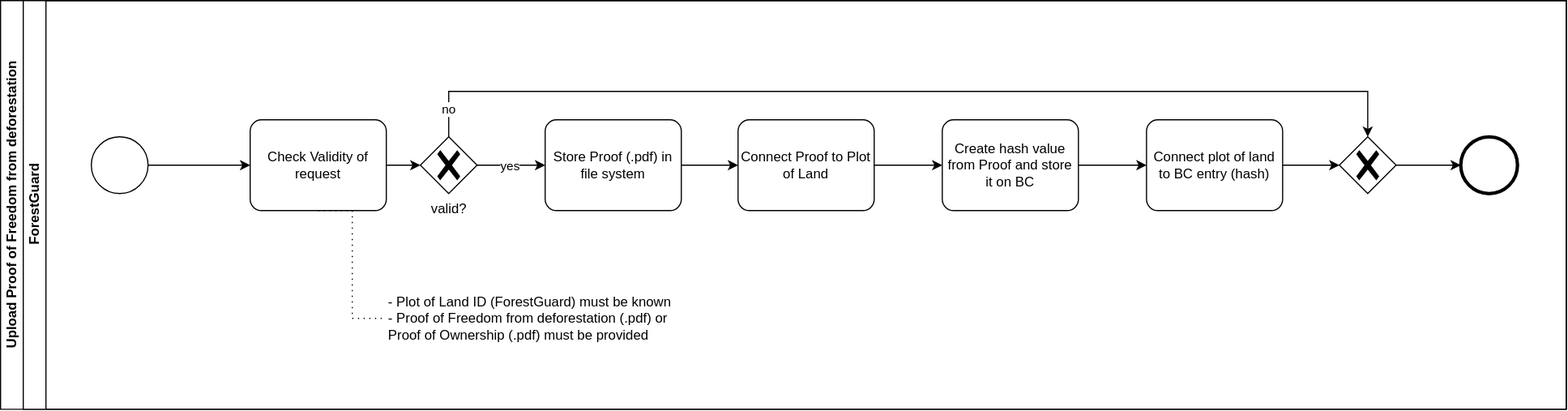
This is documentation/images/runtime-view/add-proofs-flowchart.svg from fraunhofer-iml/forestguard, a draw.io export, as it was before one commit. Source tidied: cells renumbered, new cells last; positions are measured from the earlier drawing's top-left corner, leaving out a move shared by most shapes.
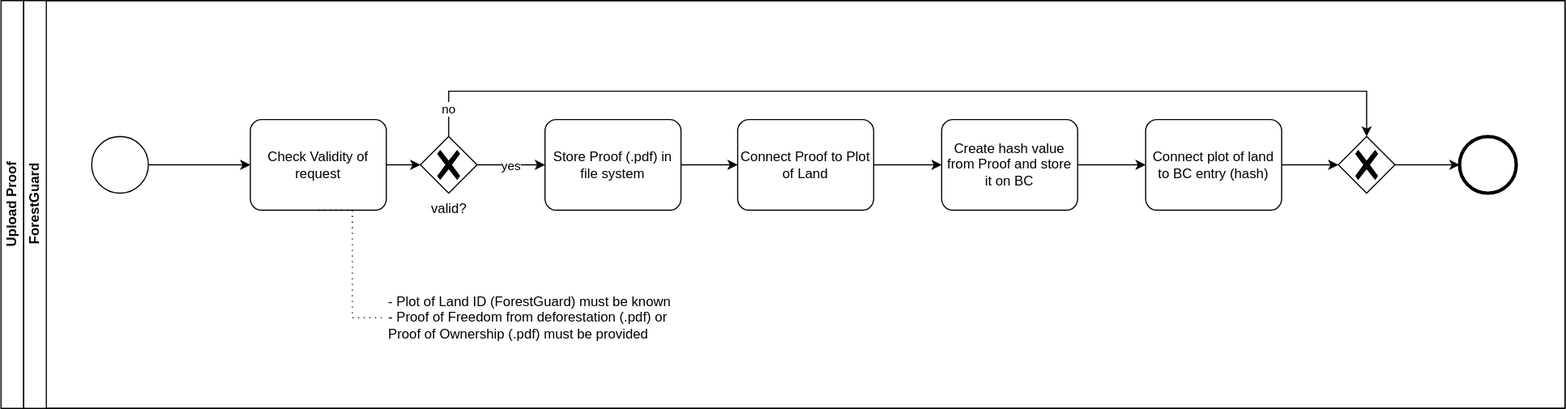
The same diagram one commit later.

Change to the diagram source:
```diff
@@ -2,7 +2,7 @@
   <root>
     <mxCell id="0" />
     <mxCell id="1" parent="0" />
-    <mxCell id="2" value="Upload Proof of Freedom from deforestation" style="swimlane;html=1;horizontal=0;startSize=20;whiteSpace=wrap;" parent="1" vertex="1">
+    <mxCell id="2" value="Upload Proof" style="swimlane;html=1;horizontal=0;startSize=20;whiteSpace=wrap;" parent="1" vertex="1">
       <mxGeometry width="1380" height="360" as="geometry" />
     </mxCell>
     <mxCell id="3" value="ForestGuard" style="swimlane;html=1;startSize=20;horizontal=0;" parent="2" vertex="1">
```
